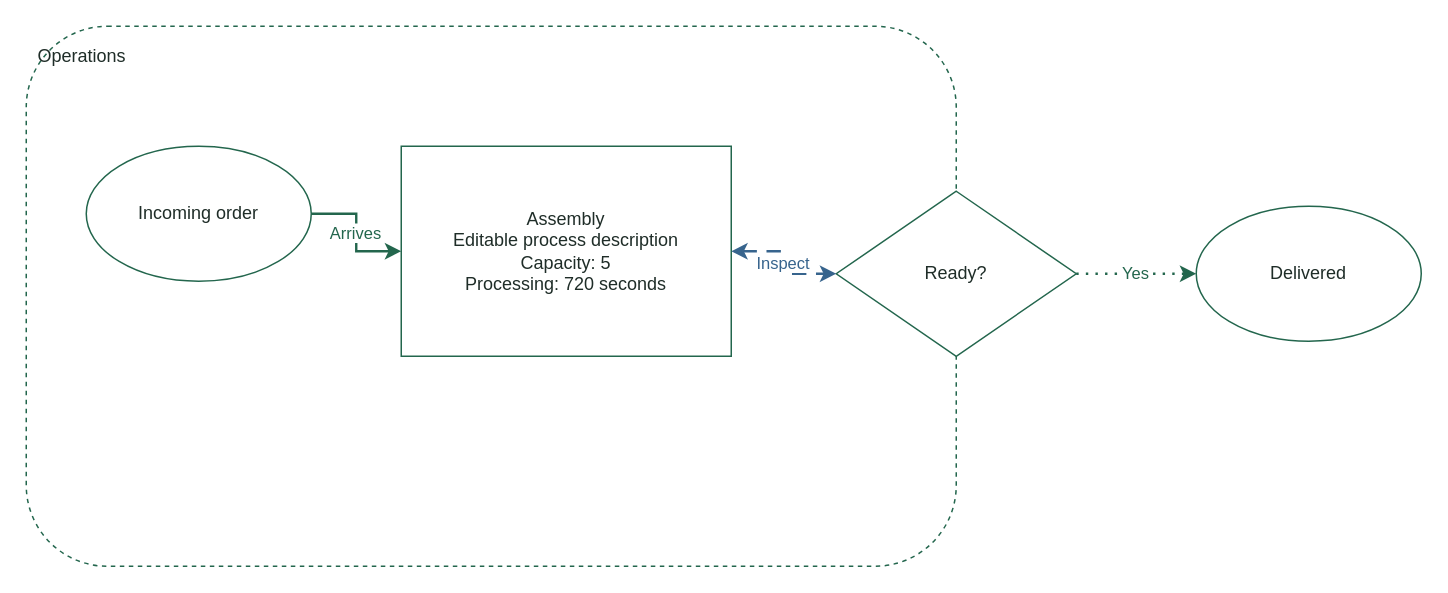
Caripson/visualnerve keeps this draw.io diagram as docs/acceptance/editable-acceptance.drawio. Above is the earlier version. Source tidied: cells renumbered, new cells numbered last; positions are measured from the earlier drawing's top-left corner, leaving out a move shared by most shapes. Both pictures are drawn from the tidied source at 150%, with x=0, y=0 at pixel (26, 26).
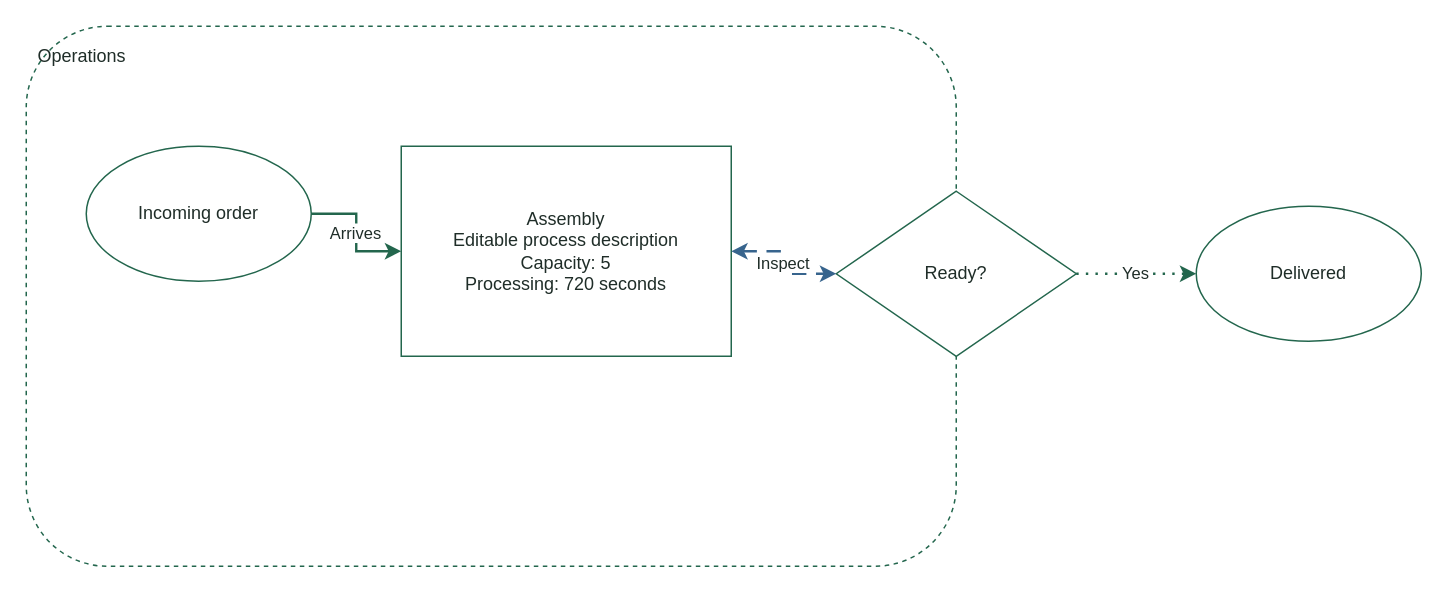
The same page after the edit.

What changed in the source:
```diff
@@
-<mxGraphModel>
+<mxGraphModel background="#FFFFFF">
   <root>
     <mxCell id="0" />
     <mxCell id="1" parent="0" />
     <mxCell id="2" value="Operations" style="shape=rectangle;rounded=1;group=1;dashed=1;align=left;verticalAlign=top;html=0;whiteSpace=wrap;overflow=visible;spacing=8;fontSize=12;fillColor=#FFFFFF;strokeColor=#23664D;fontColor=#1F2D28;" parent="1" vertex="1">
       <mxGeometry width="620" height="360" as="geometry" />
     </mxCell>
     <mxCell id="3" value="Ready?" style="shape=rhombus;perimeter=rhombusPerimeter;html=0;whiteSpace=wrap;overflow=visible;spacing=8;fontSize=12;fillColor=#FFFFFF;strokeColor=#23664D;fontColor=#1F2D28;" parent="1" vertex="1">
       <mxGeometry x="540" y="110" width="160" height="110" as="geometry" />
     </mxCell>
     <mxCell id="4" value="Delivered" style="shape=ellipse;perimeter=ellipsePerimeter;html=0;whiteSpace=wrap;overflow=visible;spacing=8;fontSize=12;fillColor=#FFFFFF;strokeColor=#23664D;fontColor=#1F2D28;" parent="1" vertex="1">
       <mxGeometry x="780" y="120" width="150" height="90" as="geometry" />
     </mxCell>
     <mxCell id="5" value="Incoming order" style="shape=ellipse;perimeter=ellipsePerimeter;html=0;whiteSpace=wrap;overflow=visible;spacing=8;fontSize=12;fillColor=#FFFFFF;strokeColor=#23664D;fontColor=#1F2D28;" parent="2" vertex="1">
       <mxGeometry x="40" y="80" width="150" height="90" as="geometry" />
     </mxCell>
     <mxCell id="6" value="Assembly&#10;Editable process description&#10;Capacity: 5&#10;Processing: 720 seconds" style="shape=rectangle;rounded=0;html=0;whiteSpace=wrap;overflow=visible;spacing=8;fontSize=12;fillColor=#FFFFFF;strokeColor=#23664D;fontColor=#1F2D28;" parent="2" vertex="1">
       <mxGeometry x="250" y="80" width="220" height="140" as="geometry" />
     </mxCell>
-    <mxCell id="7" value="Arrives" style="edgeStyle=orthogonalEdgeStyle;rounded=0;html=0;whiteSpace=wrap;strokeWidth=1.6;strokeColor=#23664D;fontColor=#23664D;startArrow=none;endArrow=classic;startFill=1;endFill=1;dashed=0;" parent="2" edge="1" source="5" target="6">
+    <mxCell id="7" value="Arrives" style="edgeStyle=orthogonalEdgeStyle;rounded=0;html=0;whiteSpace=wrap;strokeWidth=1.6;strokeColor=#23664D;fontColor=#1F2D28;startArrow=none;endArrow=classic;startFill=1;endFill=1;dashed=0;" parent="2" edge="1" source="5" target="6">
       <mxGeometry relative="1" as="geometry" />
     </mxCell>
-    <mxCell id="8" value="Inspect" style="edgeStyle=orthogonalEdgeStyle;rounded=0;html=0;whiteSpace=wrap;strokeWidth=1.6;strokeColor=#37648D;fontColor=#37648D;startArrow=classic;endArrow=classic;startFill=1;endFill=1;dashed=1;dashPattern=6 4;" parent="1" edge="1" source="6" target="3">
+    <mxCell id="8" value="Inspect" style="edgeStyle=orthogonalEdgeStyle;rounded=0;html=0;whiteSpace=wrap;strokeWidth=1.6;strokeColor=#37648D;fontColor=#1F2D28;startArrow=classic;endArrow=classic;startFill=1;endFill=1;dashed=1;dashPattern=6 4;" parent="1" edge="1" source="6" target="3">
       <mxGeometry relative="1" as="geometry" />
     </mxCell>
-    <mxCell id="9" value="Yes" style="edgeStyle=orthogonalEdgeStyle;rounded=0;html=0;whiteSpace=wrap;strokeWidth=1.6;strokeColor=#23664D;fontColor=#23664D;startArrow=none;endArrow=classic;startFill=1;endFill=1;dashed=1;dashPattern=1 3;" parent="1" edge="1" source="3" target="4">
+    <mxCell id="9" value="Yes" style="edgeStyle=orthogonalEdgeStyle;rounded=0;html=0;whiteSpace=wrap;strokeWidth=1.6;strokeColor=#23664D;fontColor=#1F2D28;startArrow=none;endArrow=classic;startFill=1;endFill=1;dashed=1;dashPattern=1 3;" parent="1" edge="1" source="3" target="4">
       <mxGeometry relative="1" as="geometry" />
     </mxCell>
   </root>
 </mxGraphModel>
```
